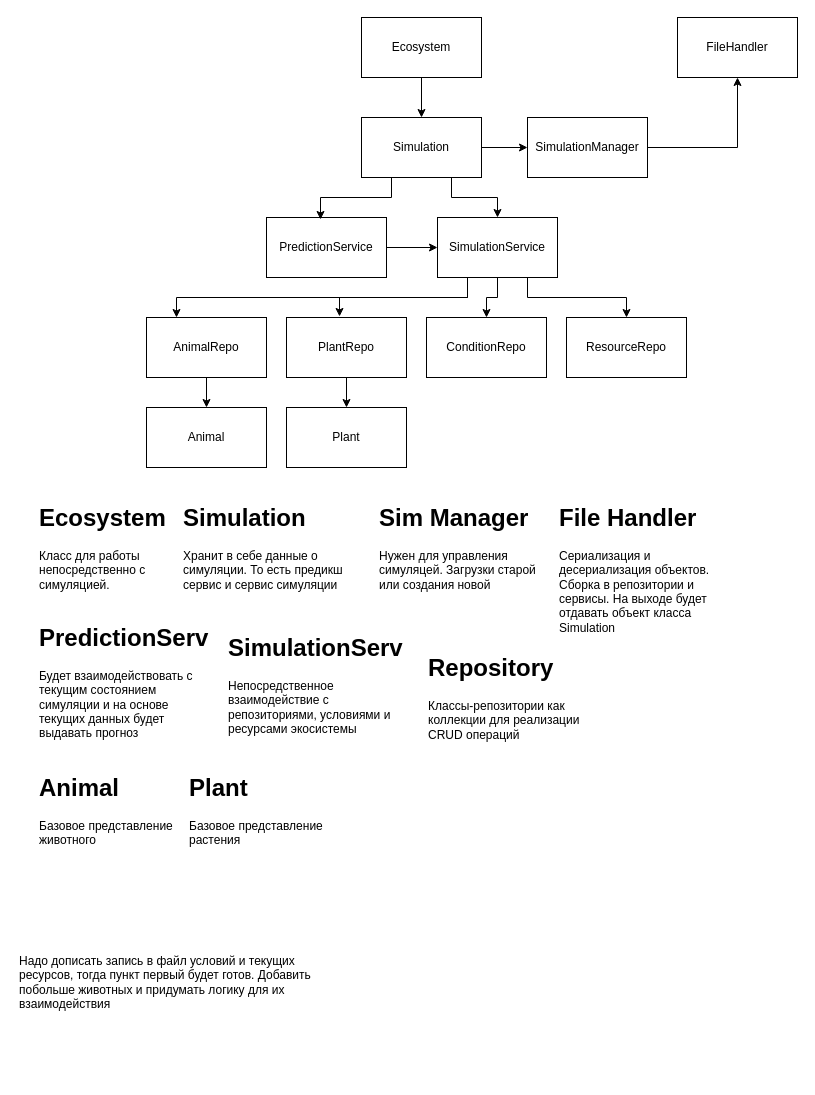
Earlier version of the draw.io diagram Project_Structure.drawio (Artoffs/SenlaEcosystem). Source tidied: cells renumbered, new cells numbered last; positions are measured from the earlier drawing's top-left corner, leaving out a move shared by most shapes. Both pictures are drawn from the tidied source at 100%, with x=0, y=0 at pixel (17, 17).
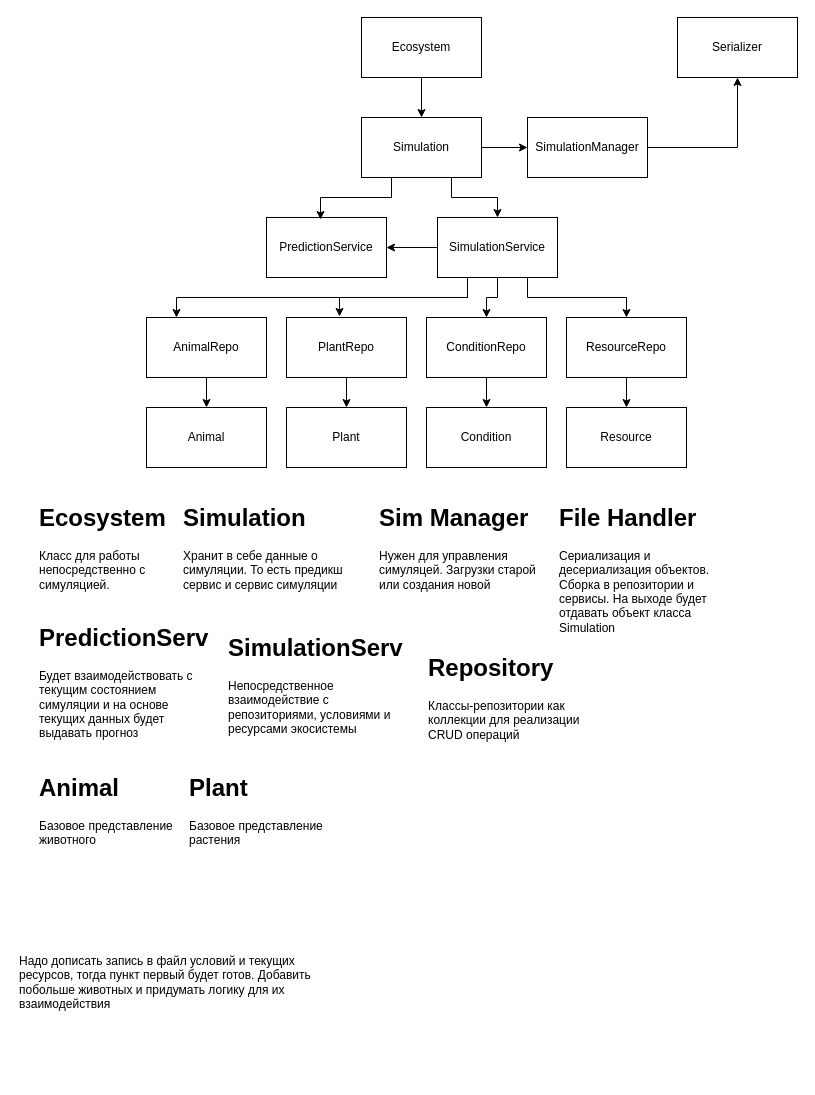
After the change.

The change refers to these unchanged cells:
```xml
<mxCell id="11" value="SimulationService" style="rounded=0;whiteSpace=wrap;html=1;" parent="1" vertex="1">
  <mxGeometry x="420" y="200" width="120" height="60" as="geometry" />
</mxCell>
<mxCell id="16" value="ConditionRepo" style="rounded=0;whiteSpace=wrap;html=1;" parent="1" vertex="1">
  <mxGeometry x="409" y="300" width="120" height="60" as="geometry" />
</mxCell>
<mxCell id="17" value="ResourceRepo" style="rounded=0;whiteSpace=wrap;html=1;" parent="1" vertex="1">
  <mxGeometry x="549" y="300" width="120" height="60" as="geometry" />
</mxCell>
<mxCell id="19" value="PredictionService" style="rounded=0;whiteSpace=wrap;html=1;" parent="1" vertex="1">
  <mxGeometry x="249" y="200" width="120" height="60" as="geometry" />
</mxCell>
```

The edit, as a diff of the source:
```diff
@@
+    <mxCell id="36" style="edgeStyle=orthogonalEdgeStyle;rounded=0;jettySize=auto;html=1;" parent="1" edge="1" source="11" target="19">
+      <mxGeometry relative="1" as="geometry" />
+    </mxCell>
@@
+    <mxCell id="37" style="edgeStyle=orthogonalEdgeStyle;rounded=0;jettySize=auto;html=1;exitX=0.5;exitY=1;exitDx=0;exitDy=0;entryX=0.5;entryY=0;entryDx=0;entryDy=0;" parent="1" edge="1" source="16" target="39">
+      <mxGeometry relative="1" as="geometry" />
+    </mxCell>
@@
+    <mxCell id="38" style="edgeStyle=orthogonalEdgeStyle;rounded=0;jettySize=auto;html=1;exitX=0.5;exitY=1;exitDx=0;exitDy=0;entryX=0.5;entryY=0;entryDx=0;entryDy=0;" parent="1" edge="1" source="17" target="40">
+      <mxGeometry relative="1" as="geometry" />
+    </mxCell>
@@
-    <mxCell id="18" style="edgeStyle=orthogonalEdgeStyle;rounded=0;jettySize=auto;html=1;exitX=1;exitY=0.5;exitDx=0;exitDy=0;entryX=0;entryY=0.5;entryDx=0;entryDy=0;" parent="1" edge="1" source="19" target="11">
-      <mxGeometry relative="1" as="geometry" />
-    </mxCell>
@@
-    <mxCell id="22" value="FileHandler" style="rounded=0;whiteSpace=wrap;html=1;" parent="1" vertex="1">
+    <mxCell id="22" value="Serializer" style="rounded=0;whiteSpace=wrap;html=1;" parent="1" vertex="1">
       <mxGeometry x="660" width="120" height="60" as="geometry" />
     </mxCell>
@@
+    <mxCell id="39" value="Condition" style="rounded=0;whiteSpace=wrap;html=1;" parent="1" vertex="1">
+      <mxGeometry x="409" y="390" width="120" height="60" as="geometry" />
+    </mxCell>
+    <mxCell id="40" value="Resource" style="rounded=0;whiteSpace=wrap;html=1;" parent="1" vertex="1">
+      <mxGeometry x="549" y="390" width="120" height="60" as="geometry" />
+    </mxCell>
```
